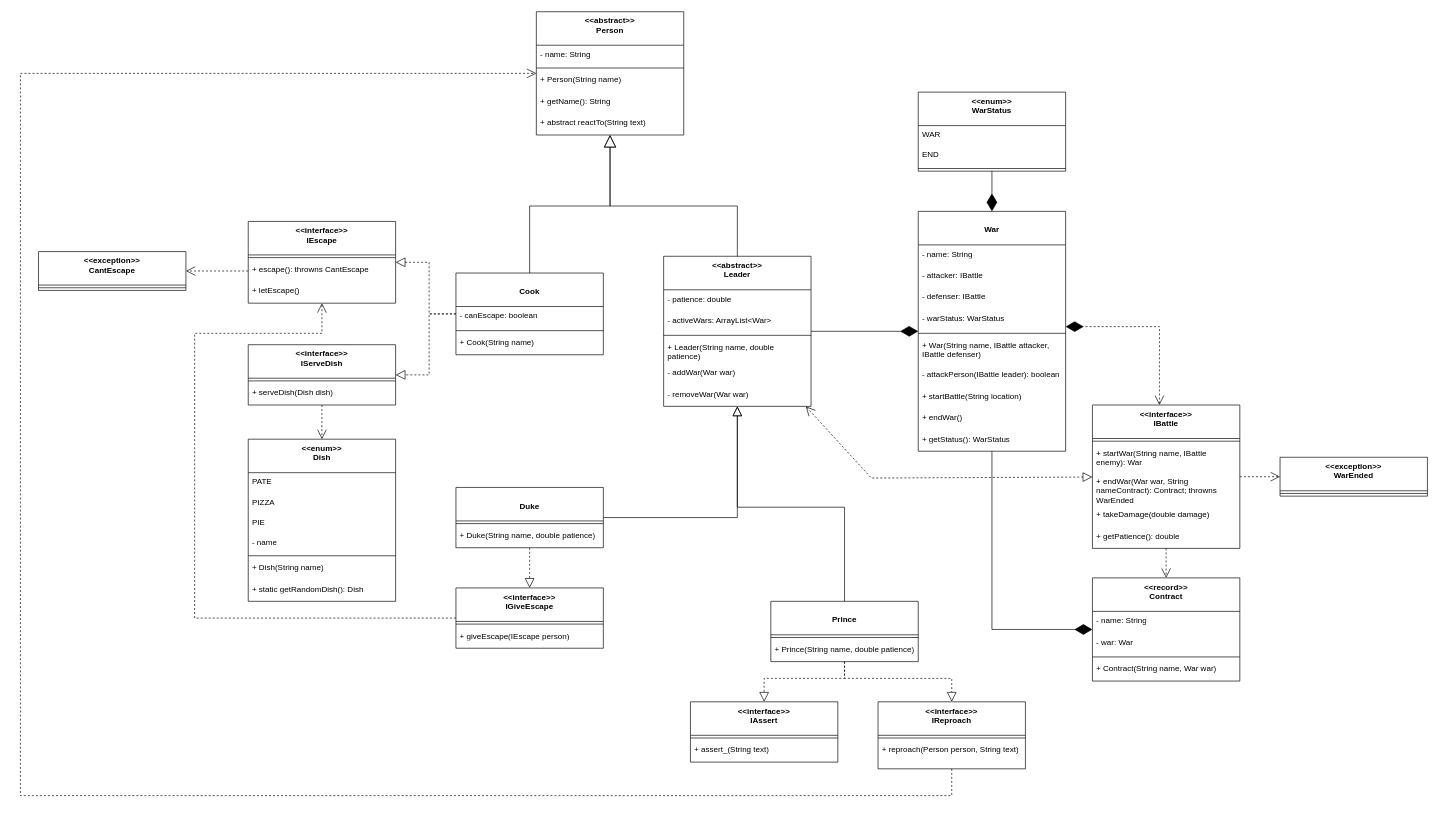
124476/itmo keeps this draw.io diagram as programming/lab3/docs/class_diagram.drawio. Above is the earlier version. Source tidied: cells renumbered, new cells numbered last; positions are measured from the earlier drawing's top-left corner, leaving out a move shared by most shapes. Both pictures are drawn from the tidied source at 67%, with x=0, y=0 at pixel (20, 11).
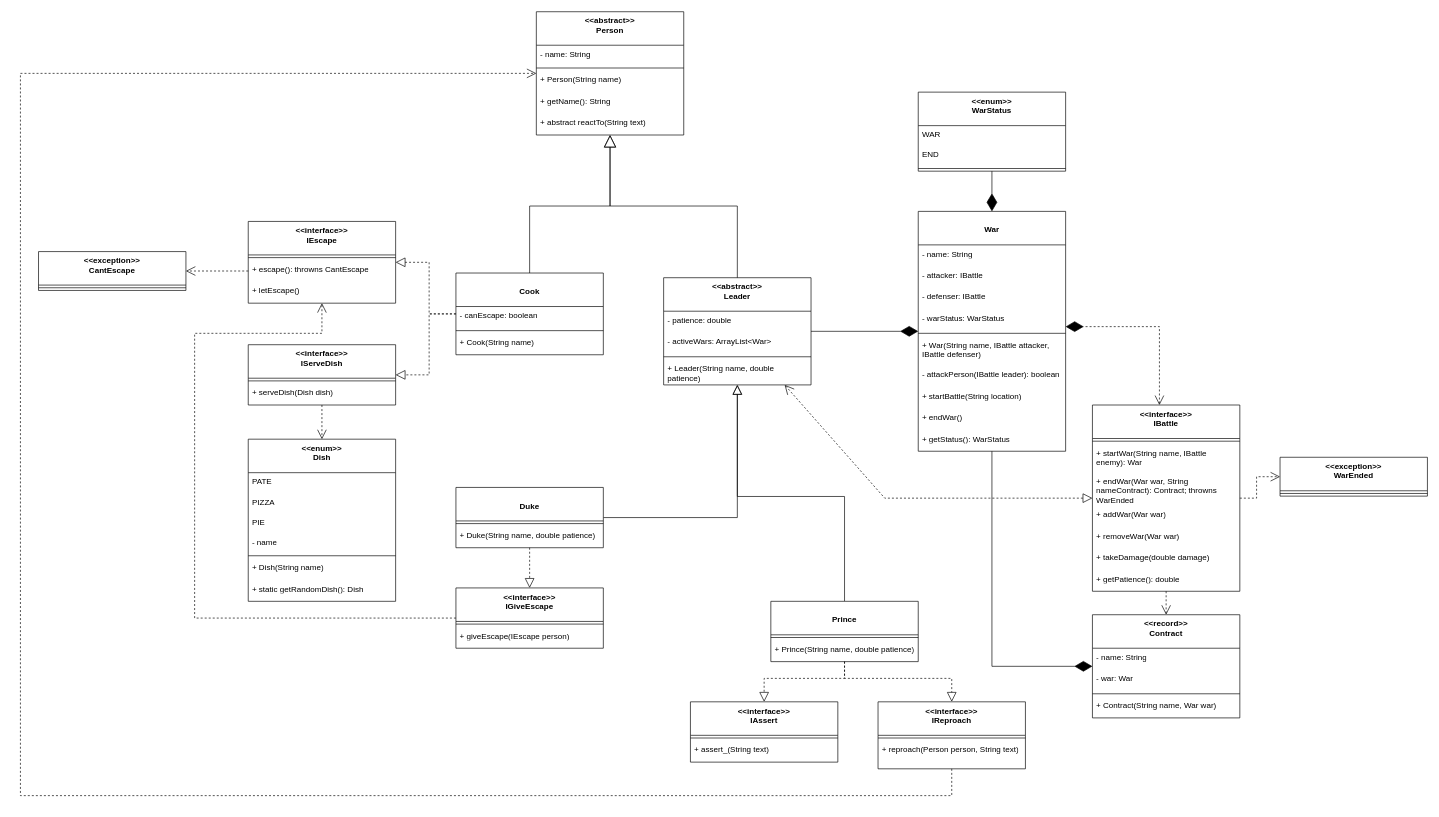
The same page after the edit.

The change refers to these unchanged cells:
```xml
<mxCell id="8" value="&lt;br&gt;&lt;div&gt;War&lt;/div&gt;" style="swimlane;fontStyle=1;align=center;verticalAlign=top;horizontal=1;startSize=50;whiteSpace=wrap;html=1;" parent="1" vertex="1">
  <mxGeometry x="1340" y="298" width="220" height="358" as="geometry" />
</mxCell>
```

Change to the diagram source:
```diff
@@
     <mxCell id="19" value="&amp;lt;&amp;lt;record&amp;gt;&amp;gt;&lt;br&gt;&lt;div&gt;Contract&lt;/div&gt;" style="swimlane;fontStyle=1;align=center;verticalAlign=top;horizontal=1;startSize=50;whiteSpace=wrap;html=1;" parent="1" vertex="1">
-      <mxGeometry x="1600" y="845" width="220" height="154" as="geometry" />
+      <mxGeometry x="1600" y="900" width="220" height="154" as="geometry" />
     </mxCell>
@@
     <mxCell id="34" value="&amp;lt;&amp;lt;abstract&amp;gt;&amp;gt;&lt;br&gt;&lt;div&gt;Leader&lt;/div&gt;" style="swimlane;fontStyle=1;align=center;verticalAlign=top;horizontal=1;startSize=50;whiteSpace=wrap;html=1;" parent="1" vertex="1">
-      <mxGeometry x="960" y="365" width="220" height="224" as="geometry" />
+      <mxGeometry x="960" y="397" width="220" height="160" as="geometry" />
     </mxCell>
@@
-    <mxCell id="39" value="- addWar(War war)" style="text;strokeColor=none;fillColor=none;align=left;verticalAlign=top;spacingLeft=4;spacingRight=4;overflow=hidden;whiteSpace=wrap;html=1;" parent="34" vertex="1">
-      <mxGeometry y="160" width="220" height="32" as="geometry" />
-    </mxCell>
-    <mxCell id="40" value="- removeWar(War war)" style="text;strokeColor=none;fillColor=none;align=left;verticalAlign=top;spacingLeft=4;spacingRight=4;overflow=hidden;whiteSpace=wrap;html=1;" parent="34" vertex="1">
-      <mxGeometry y="192" width="220" height="32" as="geometry" />
-    </mxCell>
@@
     <mxCell id="50" value="&amp;lt;&amp;lt;interface&amp;gt;&amp;gt;&lt;br&gt;&lt;div&gt;IBattle&lt;/div&gt;" style="swimlane;fontStyle=1;align=center;verticalAlign=top;horizontal=1;startSize=50;whiteSpace=wrap;html=1;" parent="1" vertex="1">
-      <mxGeometry x="1600" y="587" width="220" height="214" as="geometry" />
+      <mxGeometry x="1600" y="587" width="220" height="278" as="geometry" />
     </mxCell>
@@
+    <mxCell id="39" value="+ addWar(War war)" style="text;strokeColor=none;fillColor=none;align=left;verticalAlign=top;spacingLeft=4;spacingRight=4;overflow=hidden;whiteSpace=wrap;html=1;" parent="50" vertex="1">
+      <mxGeometry y="150" width="220" height="32" as="geometry" />
+    </mxCell>
+    <mxCell id="40" value="+ removeWar(War war)" style="text;strokeColor=none;fillColor=none;align=left;verticalAlign=top;spacingLeft=4;spacingRight=4;overflow=hidden;whiteSpace=wrap;html=1;" parent="50" vertex="1">
+      <mxGeometry y="182" width="220" height="32" as="geometry" />
+    </mxCell>
     <mxCell id="54" value="+ takeDamage(double damage)" style="text;strokeColor=none;fillColor=none;align=left;verticalAlign=top;spacingLeft=4;spacingRight=4;overflow=hidden;whiteSpace=wrap;html=1;" parent="50" vertex="1">
-      <mxGeometry y="150" width="220" height="32" as="geometry" />
+      <mxGeometry y="214" width="220" height="32" as="geometry" />
     </mxCell>
     <mxCell id="55" value="+ getPatience(): double" style="text;strokeColor=none;fillColor=none;align=left;verticalAlign=top;spacingLeft=4;spacingRight=4;overflow=hidden;whiteSpace=wrap;html=1;" parent="50" vertex="1">
-      <mxGeometry y="182" width="220" height="32" as="geometry" />
+      <mxGeometry y="246" width="220" height="32" as="geometry" />
     </mxCell>
@@
     <mxCell id="76" style="endArrow=block;dashed=1;endFill=0;endSize=12;html=1;rounded=0;startArrow=open;startFill=0;startSize=12;" parent="1" edge="1" source="34" target="50">
       <mxGeometry relative="1" as="geometry">
         <Array as="points">
-          <mxPoint x="1270" y="696" />
+          <mxPoint x="1290" y="726" />
         </Array>
       </mxGeometry>
     </mxCell>
@@
     <mxCell id="98" style="endArrow=diamondThin;endFill=1;endSize=24;html=1;rounded=0;" parent="1" edge="1" source="8" target="19">
       <mxGeometry relative="1" as="geometry">
         <Array as="points">
-          <mxPoint x="1450" y="922" />
+          <mxPoint x="1450" y="977" />
         </Array>
       </mxGeometry>
     </mxCell>
```
